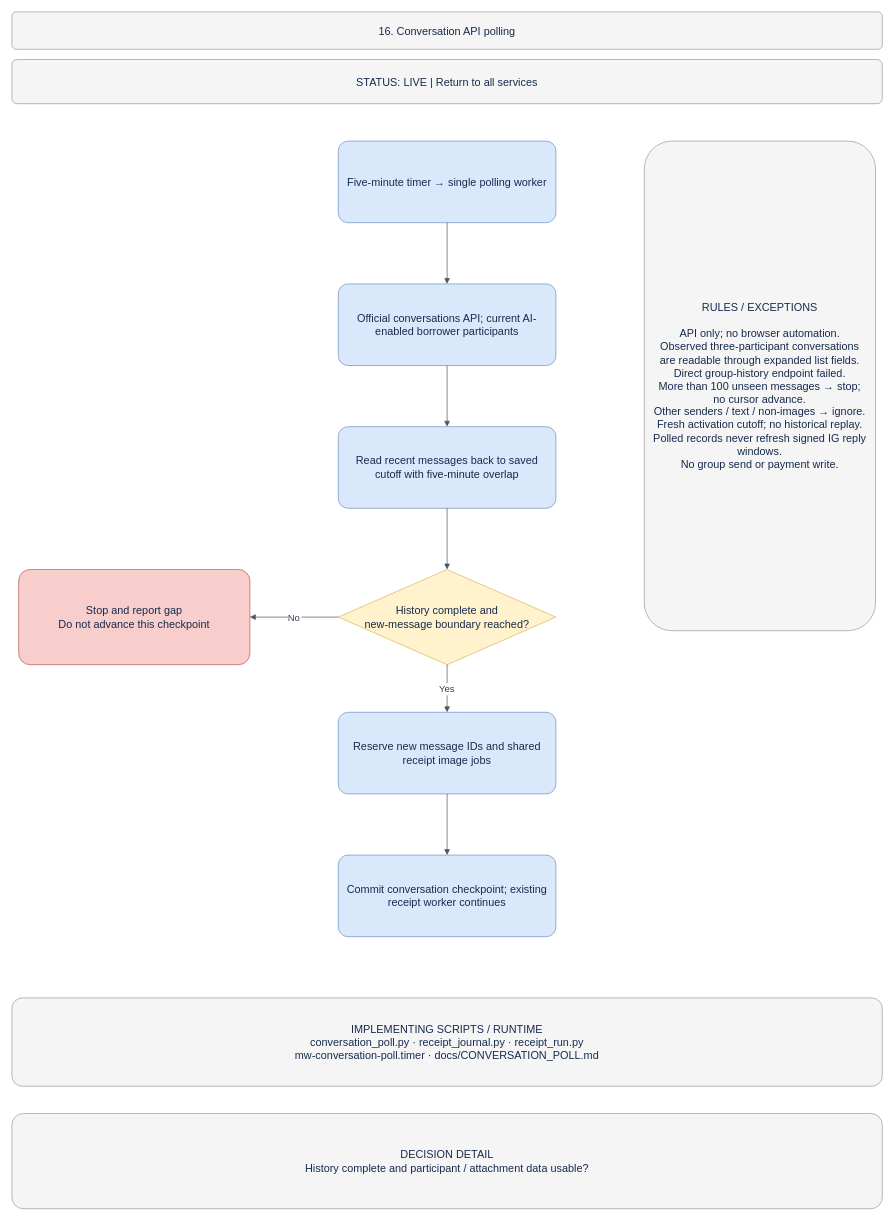
welct0407/MW-Credit-App keeps this draw.io diagram as page "16 · Conversation API polling" (16 of 18) of docs/BUSINESS_PROCESS.drawio. Above is the earlier version. Source tidied: cells renumbered, new cells numbered last; positions are measured from the earlier drawing's top-left corner, leaving out a move shared by most shapes. Both pictures are drawn from the tidied source at 68%, with x=0, y=0 at pixel (12, 12).
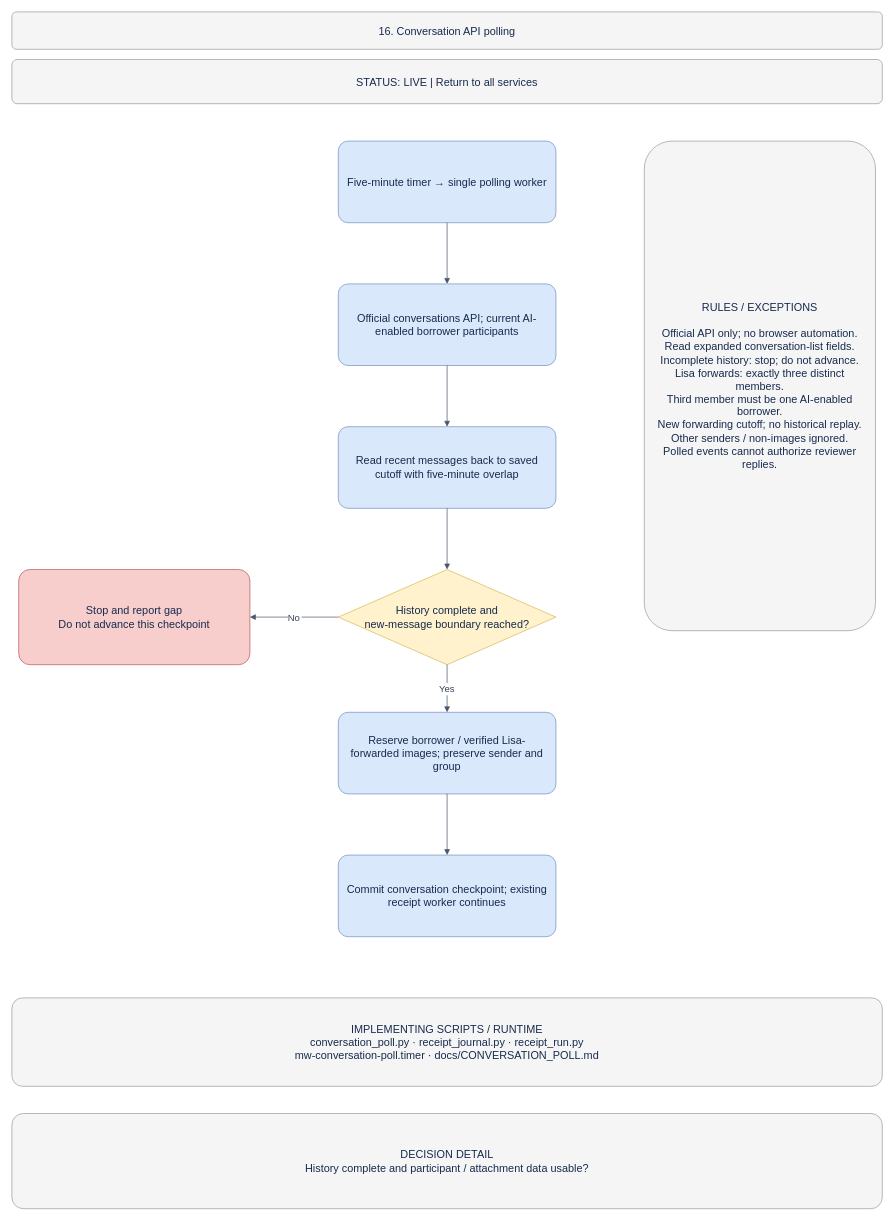
The same diagram, later.

What changed in the source:
```diff
@@
 <mxGraphModel>
   <root>
     <mxCell id="0" />
     <mxCell id="1" parent="0" />
     <mxCell id="2" value="16. Conversation API polling" style="rounded=1;arcSize=12;whiteSpace=wrap;html=0;fillColor=#f5f5f5;strokeColor=#999999;fontColor=#172b4d;fontSize=16;align=center;verticalAlign=middle;spacing=12;" parent="1" vertex="1">
       <mxGeometry width="1280" height="55" as="geometry" />
     </mxCell>
     <mxCell id="3" value="STATUS: LIVE  |  Return to all services" style="rounded=1;arcSize=12;whiteSpace=wrap;html=0;fillColor=#f5f5f5;strokeColor=#999999;fontColor=#172b4d;fontSize=16;align=center;verticalAlign=middle;spacing=12;" parent="1" vertex="1">
       <mxGeometry y="70" width="1280" height="65" as="geometry" />
     </mxCell>
     <mxCell id="4" value="Five-minute timer → single polling worker" style="rounded=1;arcSize=12;whiteSpace=wrap;html=0;fillColor=#dae8fc;strokeColor=#6c8ebf;fontColor=#172b4d;fontSize=16;align=center;verticalAlign=middle;spacing=12;" parent="1" vertex="1">
       <mxGeometry x="480" y="190" width="320" height="120" as="geometry" />
     </mxCell>
     <mxCell id="5" value="Official conversations API; current AI-enabled borrower participants" style="rounded=1;arcSize=12;whiteSpace=wrap;html=0;fillColor=#dae8fc;strokeColor=#6c8ebf;fontColor=#172b4d;fontSize=16;align=center;verticalAlign=middle;spacing=12;" parent="1" vertex="1">
       <mxGeometry x="480" y="400" width="320" height="120" as="geometry" />
     </mxCell>
     <mxCell id="6" style="edgeStyle=orthogonalEdgeStyle;rounded=0;jettySize=auto;html=0;endArrow=block;endFill=1;strokeColor=#475569;fontColor=#334155;fontSize=14;labelBackgroundColor=#ffffff;" parent="1" edge="1" source="4" target="5">
       <mxGeometry relative="1" as="geometry" />
     </mxCell>
     <mxCell id="7" value="Read recent messages back to saved cutoff with five-minute overlap" style="rounded=1;arcSize=12;whiteSpace=wrap;html=0;fillColor=#dae8fc;strokeColor=#6c8ebf;fontColor=#172b4d;fontSize=16;align=center;verticalAlign=middle;spacing=12;" parent="1" vertex="1">
       <mxGeometry x="480" y="610" width="320" height="120" as="geometry" />
     </mxCell>
     <mxCell id="8" style="edgeStyle=orthogonalEdgeStyle;rounded=0;jettySize=auto;html=0;endArrow=block;endFill=1;strokeColor=#475569;fontColor=#334155;fontSize=14;labelBackgroundColor=#ffffff;" parent="1" edge="1" source="5" target="7">
       <mxGeometry relative="1" as="geometry" />
     </mxCell>
     <mxCell id="9" value="History complete and&#10;new-message boundary reached?" style="rhombus;whiteSpace=wrap;html=0;fillColor=#fff2cc;strokeColor=#d6b656;fontColor=#172b4d;fontSize=16;align=center;verticalAlign=middle;spacing=12;" parent="1" vertex="1">
       <mxGeometry x="480" y="820" width="320" height="140" as="geometry" />
     </mxCell>
     <mxCell id="10" style="edgeStyle=orthogonalEdgeStyle;rounded=0;jettySize=auto;html=0;endArrow=block;endFill=1;strokeColor=#475569;fontColor=#334155;fontSize=14;labelBackgroundColor=#ffffff;" parent="1" edge="1" source="7" target="9">
       <mxGeometry relative="1" as="geometry" />
     </mxCell>
-    <mxCell id="11" value="Reserve new message IDs and shared receipt image jobs" style="rounded=1;arcSize=12;whiteSpace=wrap;html=0;fillColor=#dae8fc;strokeColor=#6c8ebf;fontColor=#172b4d;fontSize=16;align=center;verticalAlign=middle;spacing=12;" parent="1" vertex="1">
+    <mxCell id="11" value="Reserve borrower / verified Lisa-forwarded images; preserve sender and group" style="rounded=1;arcSize=12;whiteSpace=wrap;html=0;fillColor=#dae8fc;strokeColor=#6c8ebf;fontColor=#172b4d;fontSize=16;align=center;verticalAlign=middle;spacing=12;" parent="1" vertex="1">
       <mxGeometry x="480" y="1030" width="320" height="120" as="geometry" />
     </mxCell>
     <mxCell id="12" value="Yes" style="edgeStyle=orthogonalEdgeStyle;rounded=0;jettySize=auto;html=0;endArrow=block;endFill=1;strokeColor=#475569;fontColor=#334155;fontSize=14;labelBackgroundColor=#ffffff;" parent="1" edge="1" source="9" target="11">
       <mxGeometry relative="1" as="geometry" />
     </mxCell>
     <mxCell id="13" value="Commit conversation checkpoint; existing receipt worker continues" style="rounded=1;arcSize=12;whiteSpace=wrap;html=0;fillColor=#dae8fc;strokeColor=#6c8ebf;fontColor=#172b4d;fontSize=16;align=center;verticalAlign=middle;spacing=12;" parent="1" vertex="1">
       <mxGeometry x="480" y="1240" width="320" height="120" as="geometry" />
     </mxCell>
     <mxCell id="14" style="edgeStyle=orthogonalEdgeStyle;rounded=0;jettySize=auto;html=0;endArrow=block;endFill=1;strokeColor=#475569;fontColor=#334155;fontSize=14;labelBackgroundColor=#ffffff;" parent="1" edge="1" source="11" target="13">
       <mxGeometry relative="1" as="geometry" />
     </mxCell>
     <mxCell id="15" value="Stop and report gap&#10;Do not advance this checkpoint" style="rounded=1;arcSize=12;whiteSpace=wrap;html=0;fillColor=#f8cecc;strokeColor=#b85450;fontColor=#172b4d;fontSize=16;align=center;verticalAlign=middle;spacing=12;" parent="1" vertex="1">
       <mxGeometry x="10" y="820" width="340" height="140" as="geometry" />
     </mxCell>
     <mxCell id="16" value="No" style="edgeStyle=orthogonalEdgeStyle;rounded=0;jettySize=auto;html=0;endArrow=block;endFill=1;strokeColor=#475569;fontColor=#334155;fontSize=14;labelBackgroundColor=#ffffff;" parent="1" edge="1" source="9" target="15">
       <mxGeometry relative="1" as="geometry" />
     </mxCell>
-    <mxCell id="17" value="RULES / EXCEPTIONS&#10;&#10;API only; no browser automation.&#10;Observed three-participant conversations are readable through expanded list fields.&#10;Direct group-history endpoint failed.&#10;More than 100 unseen messages → stop; no cursor advance.&#10;Other senders / text / non-images → ignore.&#10;Fresh activation cutoff; no historical replay.&#10;Polled records never refresh signed IG reply windows.&#10;No group send or payment write." style="rounded=1;arcSize=12;whiteSpace=wrap;html=0;fillColor=#f5f5f5;strokeColor=#999999;fontColor=#172b4d;fontSize=16;align=center;verticalAlign=middle;spacing=12;" parent="1" vertex="1">
+    <mxCell id="17" value="RULES / EXCEPTIONS&#10;&#10;Official API only; no browser automation.&#10;Read expanded conversation-list fields.&#10;Incomplete history: stop; do not advance.&#10;Lisa forwards: exactly three distinct members.&#10;Third member must be one AI-enabled borrower.&#10;New forwarding cutoff; no historical replay.&#10;Other senders / non-images ignored.&#10;Polled events cannot authorize reviewer replies." style="rounded=1;arcSize=12;whiteSpace=wrap;html=0;fillColor=#f5f5f5;strokeColor=#999999;fontColor=#172b4d;fontSize=16;align=center;verticalAlign=middle;spacing=12;" parent="1" vertex="1">
       <mxGeometry x="930" y="190" width="340" height="720" as="geometry" />
     </mxCell>
     <mxCell id="18" value="IMPLEMENTING SCRIPTS / RUNTIME&#10;conversation_poll.py · receipt_journal.py · receipt_run.py&#10;mw-conversation-poll.timer · docs/CONVERSATION_POLL.md" style="rounded=1;arcSize=12;whiteSpace=wrap;html=0;fillColor=#f5f5f5;strokeColor=#999999;fontColor=#172b4d;fontSize=16;align=center;verticalAlign=middle;spacing=12;" parent="1" vertex="1">
       <mxGeometry y="1450" width="1280" height="130" as="geometry" />
     </mxCell>
     <mxCell id="19" value="DECISION DETAIL&#10;History complete and participant / attachment data usable?" style="rounded=1;arcSize=12;whiteSpace=wrap;html=0;fillColor=#f5f5f5;strokeColor=#999999;fontColor=#172b4d;fontSize=16;align=center;verticalAlign=middle;spacing=12;" parent="1" vertex="1">
       <mxGeometry y="1620" width="1280" height="140" as="geometry" />
     </mxCell>
   </root>
 </mxGraphModel>
```
